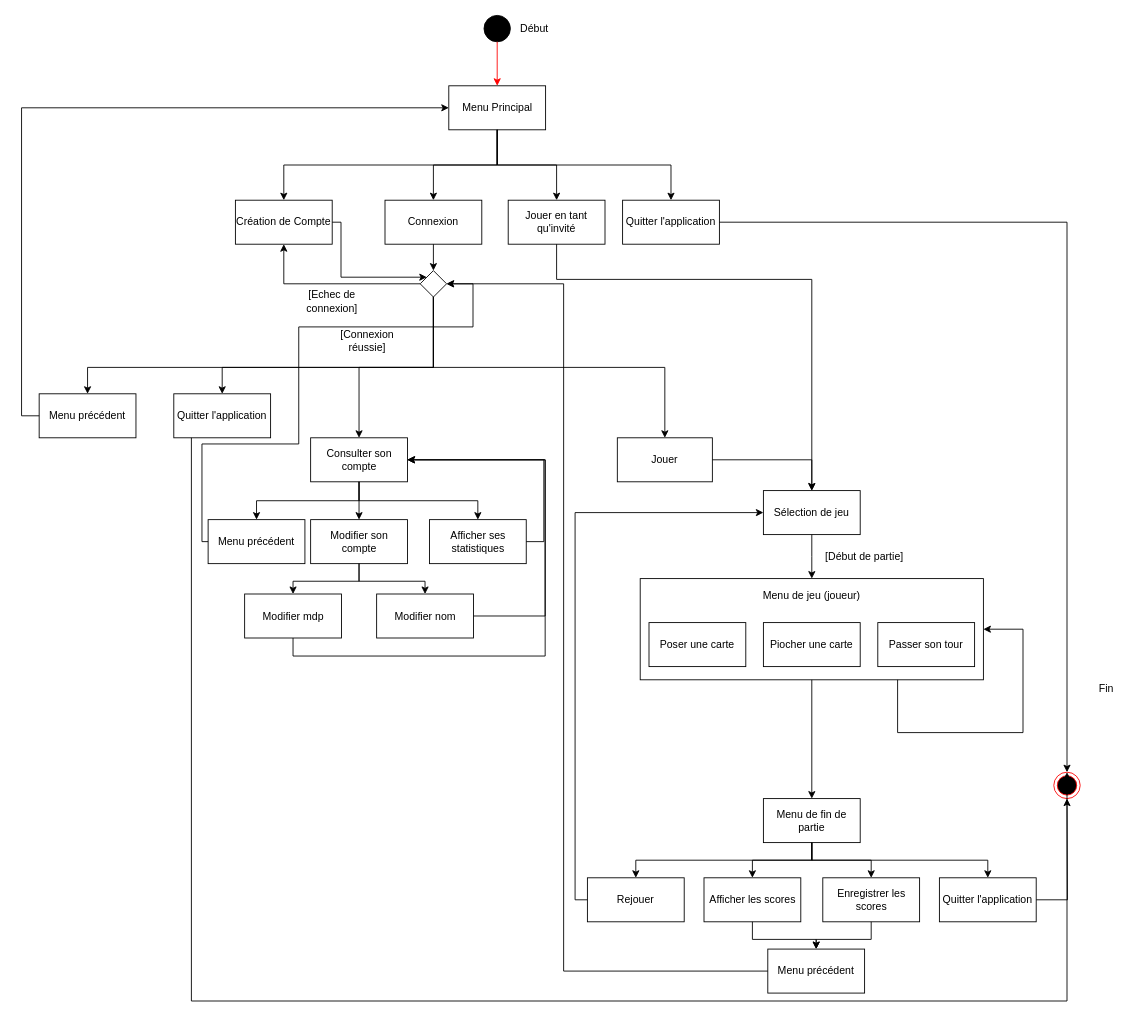
The draw.io diagram Diagrams/State Diagram.drawio in MailineN/ProjetInfo2A, before the edit. Source tidied: cells renumbered, new cells numbered last; positions are measured from the earlier drawing's top-left corner, leaving out a move shared by most shapes. Both pictures are drawn from the tidied source at 88%, with x=0, y=0 at pixel (39, 15).
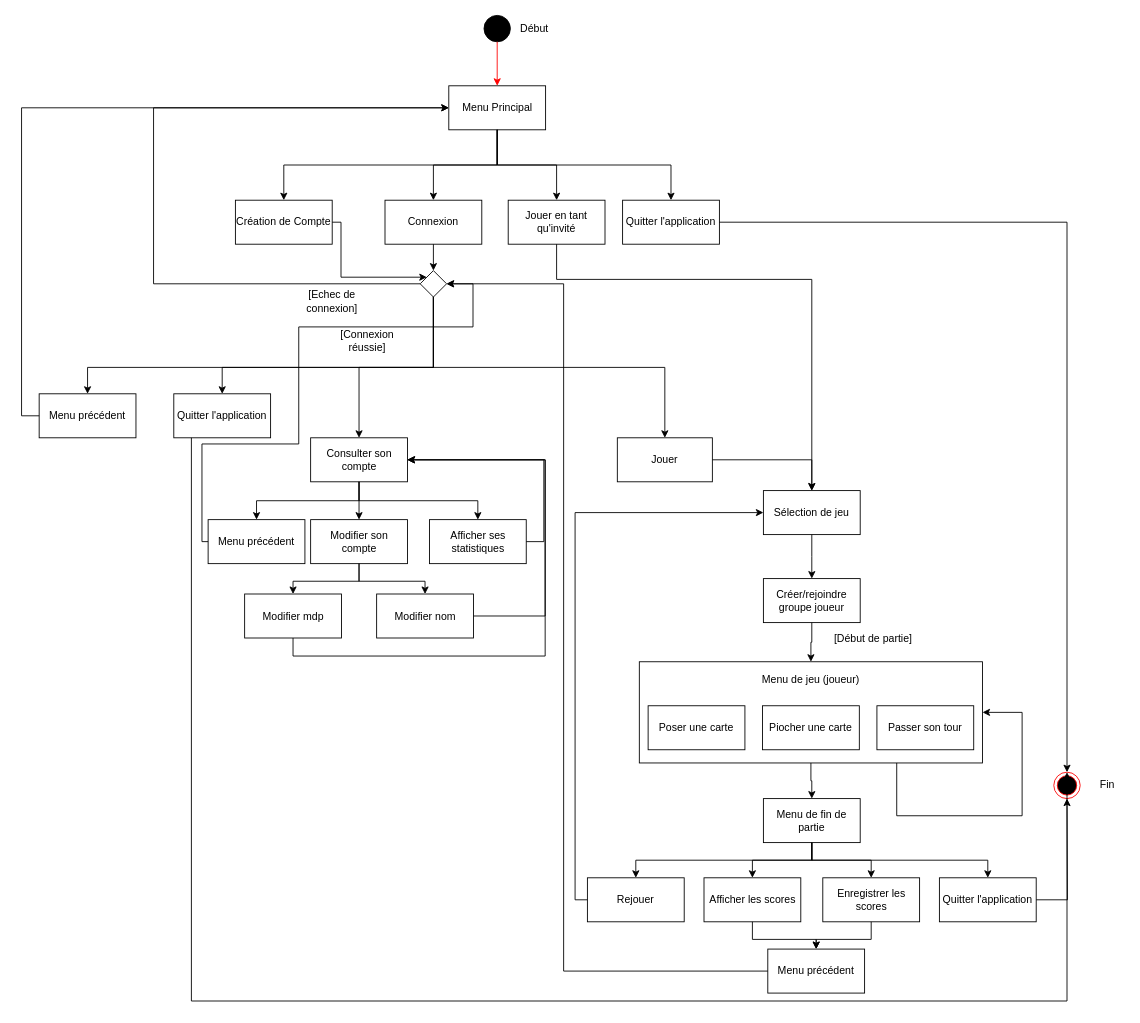
Above is the later version.

The change refers to these unchanged cells:
```xml
<mxCell id="10" value="Menu Principal" style="rounded=0;whiteSpace=wrap;html=1;fillColor=none;" parent="1" vertex="1">
  <mxGeometry x="465.5" y="80" width="110" height="50" as="geometry" />
</mxCell>
<mxCell id="12" value="Création de Compte" style="rounded=0;whiteSpace=wrap;html=1;fillColor=none;" parent="1" vertex="1">
  <mxGeometry x="223" y="210" width="110" height="50" as="geometry" />
</mxCell>
<mxCell id="49" style="rhombus;whiteSpace=wrap;html=1;" parent="1" vertex="1">
  <mxGeometry x="433" y="290" width="30" height="30" as="geometry" />
</mxCell>
```

What changed in the source:
```diff
@@
-    <mxCell id="20" style="edgeStyle=orthogonalEdgeStyle;rounded=0;jettySize=auto;html=1;exitX=0;exitY=0.5;exitDx=0;exitDy=0;entryX=0.5;entryY=1;entryDx=0;entryDy=0;strokeColor=#000000;" parent="1" edge="1" source="49" target="12">
-      <mxGeometry relative="1" as="geometry" />
-    </mxCell>
@@
     <mxCell id="22" value="Poser une carte" style="rounded=0;whiteSpace=wrap;html=1;fillColor=none;" parent="1" vertex="1">
-      <mxGeometry x="693" y="690" width="110" height="50" as="geometry" />
+      <mxGeometry x="692" y="784.5" width="110" height="50" as="geometry" />
     </mxCell>
     <mxCell id="23" value="Piocher une carte" style="rounded=0;whiteSpace=wrap;html=1;fillColor=none;" parent="1" vertex="1">
-      <mxGeometry x="823" y="690" width="110" height="50" as="geometry" />
+      <mxGeometry x="822" y="784.5" width="110" height="50" as="geometry" />
     </mxCell>
     <mxCell id="24" value="Passer son tour" style="rounded=0;whiteSpace=wrap;html=1;fillColor=none;" parent="1" vertex="1">
-      <mxGeometry x="953" y="690" width="110" height="50" as="geometry" />
+      <mxGeometry x="952" y="784.5" width="110" height="50" as="geometry" />
     </mxCell>
@@
     <mxCell id="26" style="rounded=0;whiteSpace=wrap;html=1;fillColor=none;" parent="1" vertex="1">
-      <mxGeometry x="683" y="640" width="390" height="115" as="geometry" />
+      <mxGeometry x="682" y="734.5" width="390" height="115" as="geometry" />
     </mxCell>
     <mxCell id="27" value="Menu de jeu (joueur)" style="text;html=1;strokeColor=none;fillColor=none;align=center;verticalAlign=middle;whiteSpace=wrap;rounded=0;" parent="1" vertex="1">
-      <mxGeometry x="818" y="650" width="120" height="20" as="geometry" />
+      <mxGeometry x="817" y="744.5" width="120" height="20" as="geometry" />
     </mxCell>
@@
     <mxCell id="30" value="[Début de partie]" style="text;html=1;strokeColor=none;fillColor=none;align=center;verticalAlign=middle;whiteSpace=wrap;rounded=0;" parent="1" vertex="1">
-      <mxGeometry x="883" y="604.5" width="110" height="20" as="geometry" />
+      <mxGeometry x="893" y="699" width="110" height="20" as="geometry" />
     </mxCell>
@@
     <mxCell id="44" value="Fin" style="text;html=1;strokeColor=none;fillColor=none;align=center;verticalAlign=middle;whiteSpace=wrap;rounded=0;" parent="1" vertex="1">
-      <mxGeometry x="1193" y="755" width="40" height="20" as="geometry" />
+      <mxGeometry x="1194" y="865" width="40" height="20" as="geometry" />
     </mxCell>
@@
+    <mxCell id="74" style="edgeStyle=orthogonalEdgeStyle;rounded=0;jettySize=auto;html=1;exitX=0;exitY=0.5;exitDx=0;exitDy=0;entryX=0;entryY=0.5;entryDx=0;entryDy=0;" parent="1" edge="1" source="49" target="10">
+      <mxGeometry relative="1" as="geometry">
+        <Array as="points">
+          <mxPoint x="130" y="305" />
+          <mxPoint x="130" y="105" />
+        </Array>
+      </mxGeometry>
+    </mxCell>
@@
     <mxCell id="71" style="edgeStyle=orthogonalEdgeStyle;rounded=0;orthogonalLoop=1;jettySize=auto;html=1;exitX=0.75;exitY=1;exitDx=0;exitDy=0;entryX=1;entryY=0.5;entryDx=0;entryDy=0;" parent="1" edge="1" source="26" target="26">
       <mxGeometry relative="1" as="geometry">
         <Array as="points">
-          <mxPoint x="976" y="815" />
-          <mxPoint x="1118" y="815" />
-          <mxPoint x="1118" y="698" />
+          <mxPoint x="975" y="909.5" />
+          <mxPoint x="1117" y="909.5" />
+          <mxPoint x="1117" y="792.5" />
         </Array>
       </mxGeometry>
     </mxCell>
@@
+    <mxCell id="75" style="edgeStyle=orthogonalEdgeStyle;rounded=0;jettySize=auto;html=1;exitX=0.5;exitY=1;exitDx=0;exitDy=0;entryX=0.5;entryY=0;entryDx=0;entryDy=0;" parent="1" edge="1" source="76" target="26">
+      <mxGeometry relative="1" as="geometry" />
+    </mxCell>
+    <mxCell id="76" value="Créer/rejoindre groupe joueur" style="rounded=0;whiteSpace=wrap;html=1;fillColor=none;" parent="1" vertex="1">
+      <mxGeometry x="823" y="640" width="110" height="50" as="geometry" />
+    </mxCell>
```
